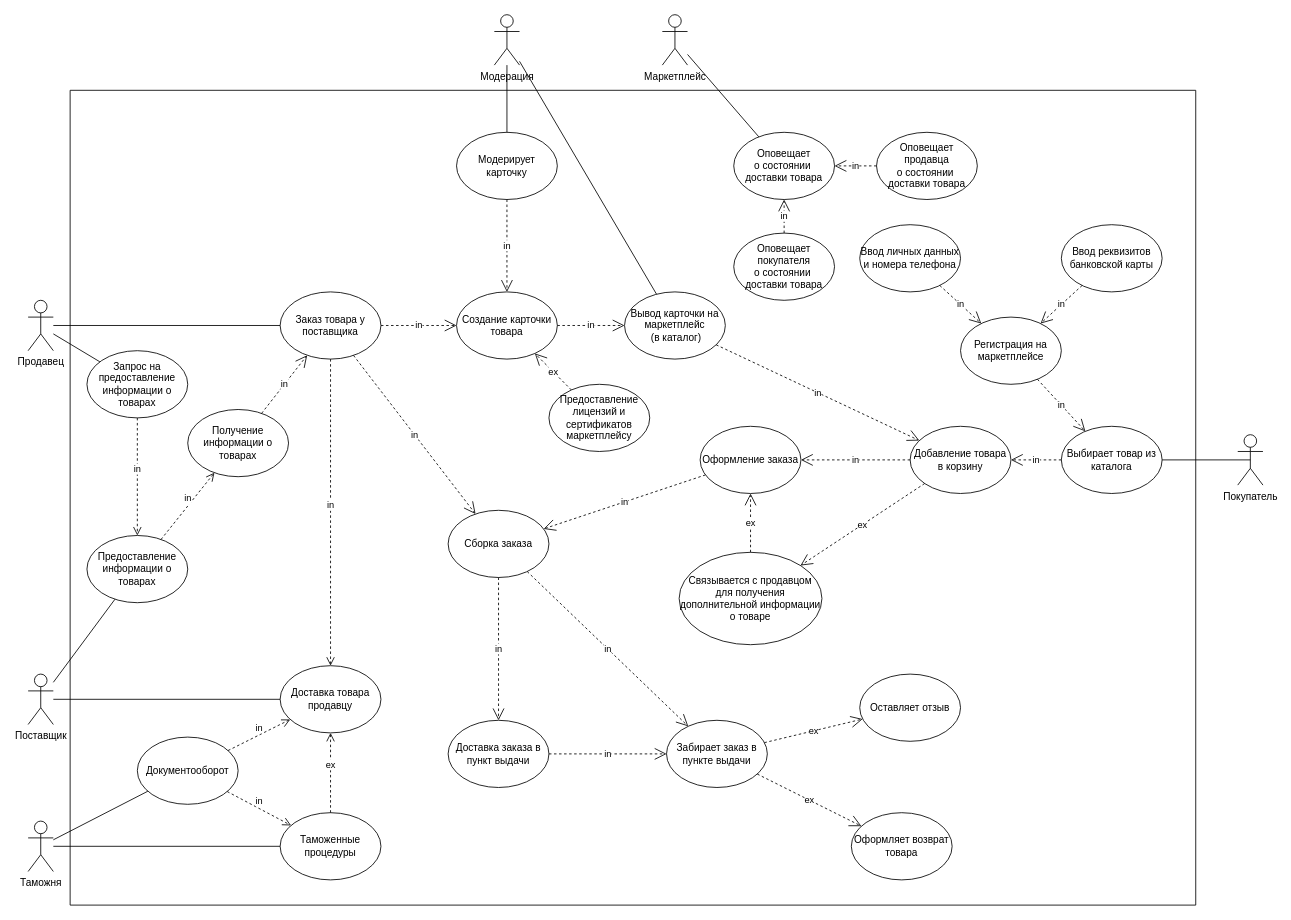
Before: yuzmarket_2.drawio in miQotoo/usecase-diagramms, a draw.io diagram. Source tidied: cells renumbered, new cells numbered last; positions are measured from the earlier drawing's top-left corner, leaving out a move shared by most shapes. Both pictures are drawn from the tidied source at 84%, with x=0, y=0 at pixel (28, 14).
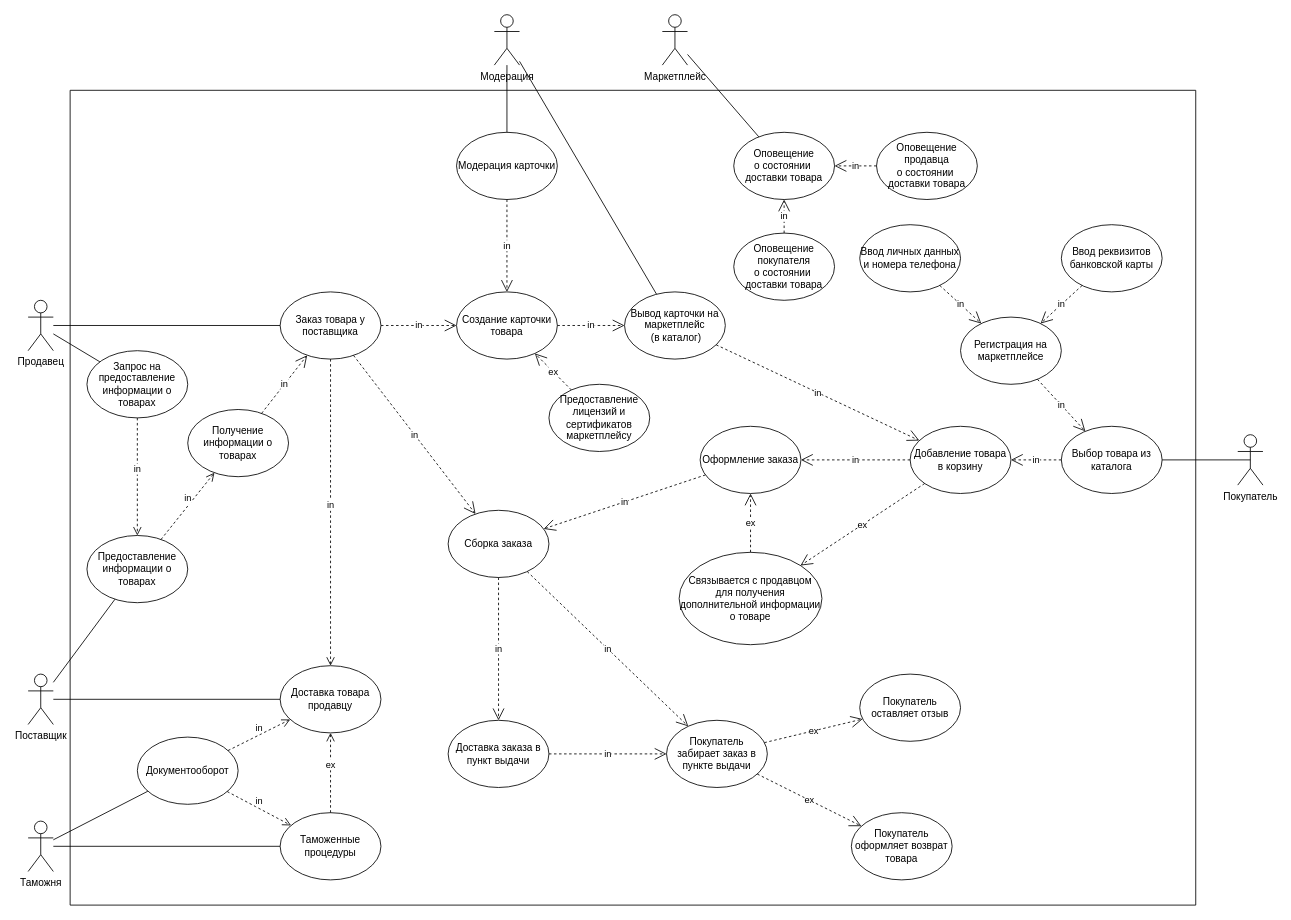
The same diagram, later.

Unchanged cells that the change refers to:
```xml
<mxCell id="2" style="swimlane;startSize=0;" parent="1" vertex="1">
  <mxGeometry x="50" y="90" width="1340" height="970" as="geometry" />
</mxCell>
```

The edit, as a diff of the source:
```diff
@@
-    <mxCell id="21" value="Модерирует карточку" style="ellipse;whiteSpace=wrap;html=1;" parent="2" vertex="1">
+    <mxCell id="21" value="Модерация карточки" style="ellipse;whiteSpace=wrap;html=1;" parent="2" vertex="1">
       <mxGeometry x="460" y="50" width="120" height="80" as="geometry" />
     </mxCell>
@@
-    <mxCell id="25" value="Выбирает товар из каталога" style="ellipse;whiteSpace=wrap;html=1;" parent="2" vertex="1">
+    <mxCell id="25" value="Выбор товара из каталога" style="ellipse;whiteSpace=wrap;html=1;" parent="2" vertex="1">
       <mxGeometry x="1180" y="400" width="120" height="80" as="geometry" />
     </mxCell>
@@
-    <mxCell id="38" value="Забирает заказ в пункте выдачи" style="ellipse;whiteSpace=wrap;html=1;" parent="2" vertex="1">
+    <mxCell id="38" value="Покупатель забирает заказ в пункте выдачи" style="ellipse;whiteSpace=wrap;html=1;" parent="2" vertex="1">
       <mxGeometry x="710" y="750" width="120" height="80" as="geometry" />
     </mxCell>
@@
-    <mxCell id="41" value="Оповещает&lt;br&gt;о состоянии&amp;nbsp;&lt;br&gt;доставки товара" style="ellipse;whiteSpace=wrap;html=1;" parent="2" vertex="1">
+    <mxCell id="41" value="Оповещение&lt;br&gt;о состоянии&amp;nbsp;&lt;br&gt;доставки товара" style="ellipse;whiteSpace=wrap;html=1;" parent="2" vertex="1">
       <mxGeometry x="790" y="50" width="120" height="80" as="geometry" />
     </mxCell>
-    <mxCell id="42" value="Оповещает&lt;br&gt;продавца&lt;br&gt;о состоянии&amp;nbsp;&lt;br&gt;доставки товара" style="ellipse;whiteSpace=wrap;html=1;" parent="2" vertex="1">
+    <mxCell id="42" value="Оповещение&lt;br&gt;продавца&lt;br&gt;о состоянии&amp;nbsp;&lt;br&gt;доставки товара" style="ellipse;whiteSpace=wrap;html=1;" parent="2" vertex="1">
       <mxGeometry x="960" y="50" width="120" height="80" as="geometry" />
     </mxCell>
-    <mxCell id="43" value="Оповещает&lt;br&gt;покупателя&lt;br&gt;о состоянии&amp;nbsp;&lt;br&gt;доставки товара" style="ellipse;whiteSpace=wrap;html=1;" parent="2" vertex="1">
+    <mxCell id="43" value="Оповещение&lt;br&gt;покупателя&lt;br&gt;о состоянии&amp;nbsp;&lt;br&gt;доставки товара" style="ellipse;whiteSpace=wrap;html=1;" parent="2" vertex="1">
       <mxGeometry x="790" y="170" width="120" height="80" as="geometry" />
     </mxCell>
@@
-    <mxCell id="46" value="Оставляет отзыв" style="ellipse;whiteSpace=wrap;html=1;" parent="2" vertex="1">
+    <mxCell id="46" value="Покупатель оставляет отзыв" style="ellipse;whiteSpace=wrap;html=1;" parent="2" vertex="1">
       <mxGeometry x="940" y="695" width="120" height="80" as="geometry" />
     </mxCell>
@@
-    <mxCell id="48" value="Оформляет возврат&lt;br&gt;товара" style="ellipse;whiteSpace=wrap;html=1;" parent="2" vertex="1">
+    <mxCell id="48" value="Покупатель оформляет возврат&lt;br&gt;товара" style="ellipse;whiteSpace=wrap;html=1;" parent="2" vertex="1">
       <mxGeometry x="930" y="860" width="120" height="80" as="geometry" />
     </mxCell>
```
